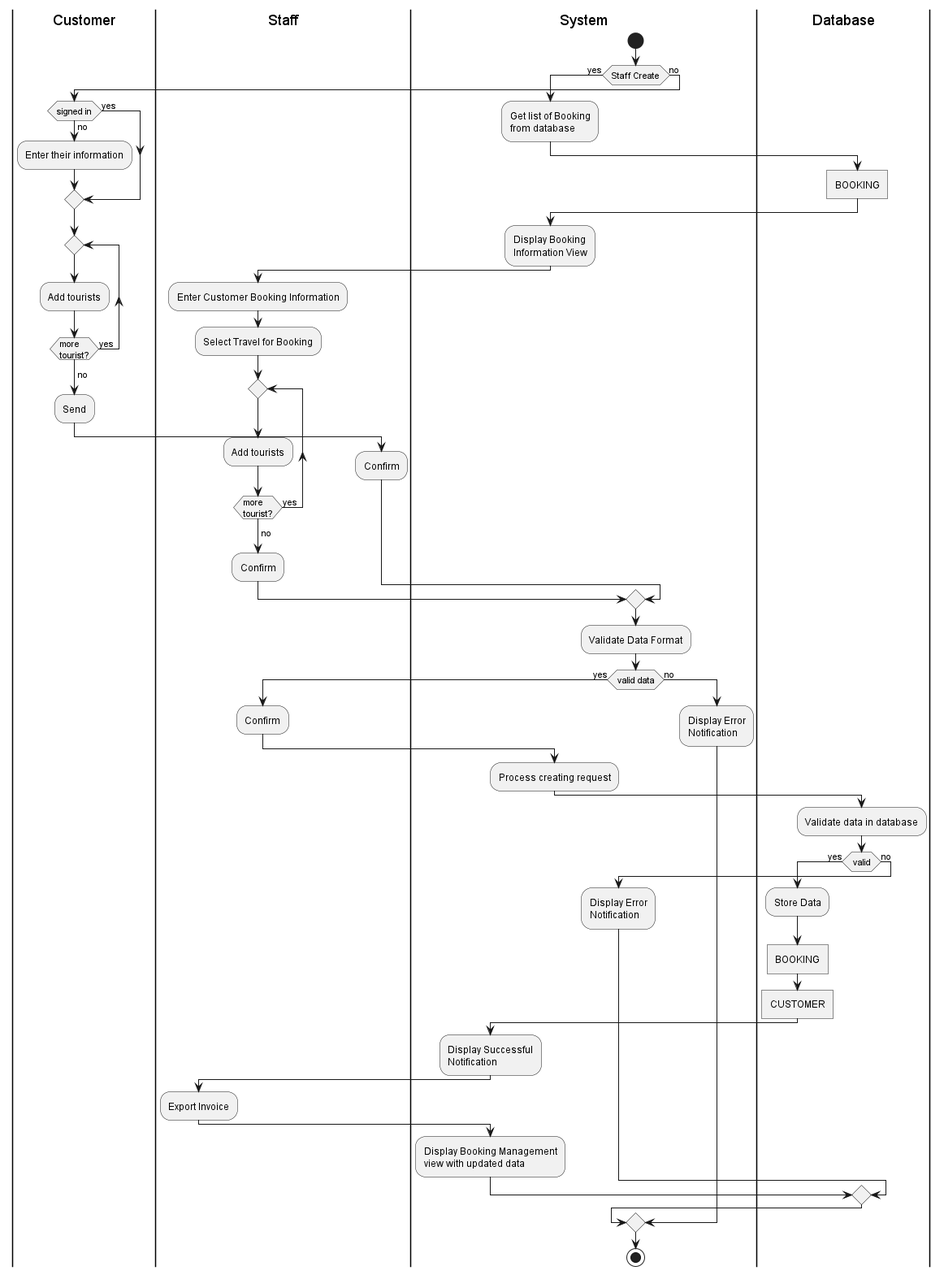
The PlantUML diagram Lab 1.2/Activity/Booking/createBookingActivity.png in thtuanlegithub/SE357-Practice-class, before a commit. The source it was exported from:
```plantuml
@startuml
|Customer|
|Staff|
|System|
start
if(Staff Create) then (yes)
    :Get list of Booking\nfrom database;
|Database|
    :BOOKING]
|System|
    :Display Booking\nInformation View;
|Staff|
    :Enter Customer Booking Information;
    :Select Travel for Booking;
    repeat
        :Add tourists;
    repeat while (more\ntourist?) is (yes)
    ->no;
    :Confirm;
else (no)
    |Customer|
    if(signed in) then (yes)
    else(no)
    :Enter their information;
    endif
    repeat
        :Add tourists;
    repeat while (more\ntourist?) is (yes)
    ->no;
    :Send;
    |Staff|
    :Confirm;
endif
|System|
    :Validate Data Format;
if(valid data) then (yes)
    |Staff|
        :Confirm;
    |System|
        :Process creating request;
    |Database|
        :Validate data in database;
    if(valid) then (yes)
    |Database|
        :Store Data;
        :BOOKING]
        :CUSTOMER]
    |System|
        :Display Successful\nNotification;
        |Staff|
        :Export Invoice;
    |System|
        :Display Booking Management\nview with updated data;
    else (no)
    |System|
      :Display Error\nNotification;
    endif
else (no)
    |System|
        :Display Error\nNotification;
endif
stop
@enduml
```
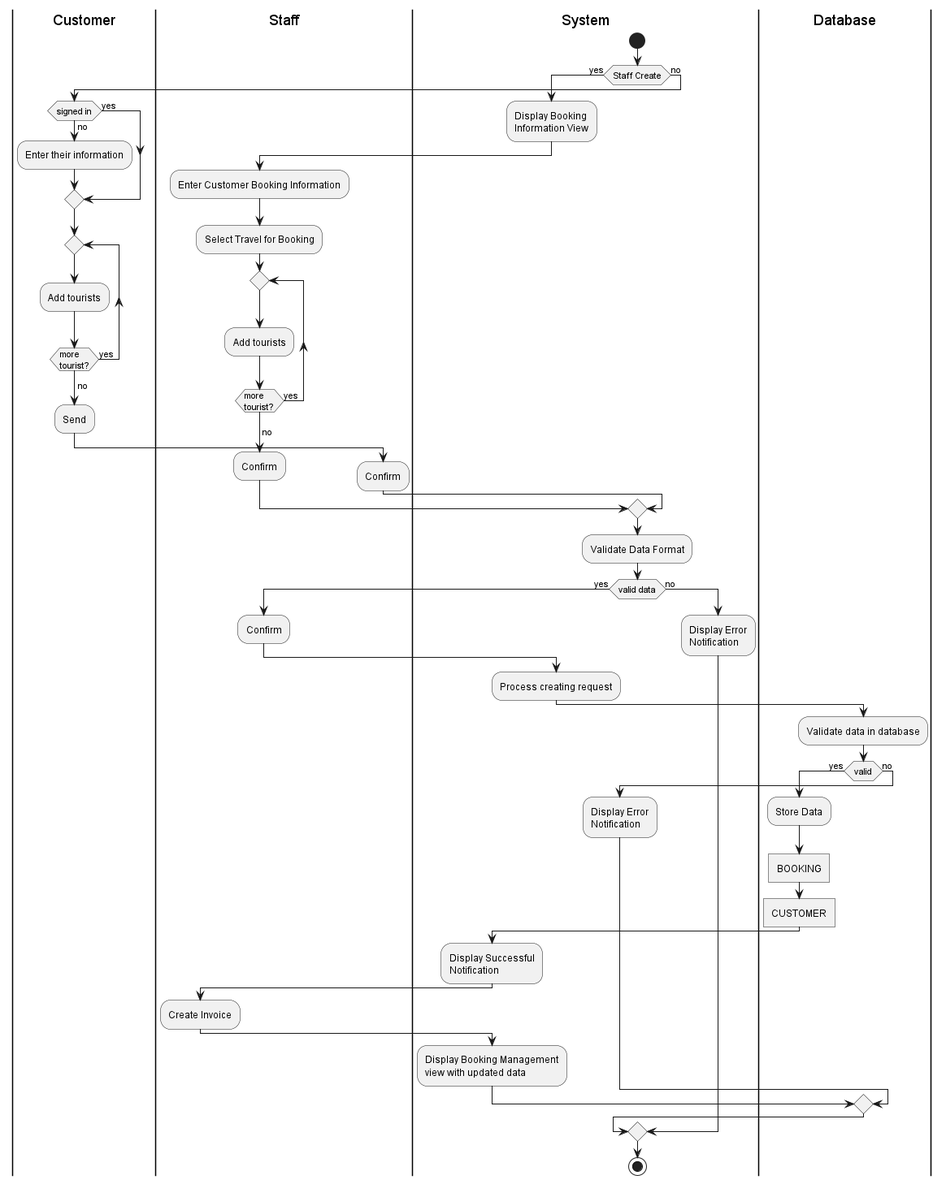
Later version of the same file.

What changed in the source:
```diff
@@ -4,9 +4,6 @@
 |System|
 start
 if(Staff Create) then (yes)
-    :Get list of Booking\nfrom database;
-|Database|
-    :BOOKING]
 |System|
     :Display Booking\nInformation View;
 |Staff|
@@ -48,7 +45,7 @@
     |System|
         :Display Successful\nNotification;
         |Staff|
-        :Export Invoice;
+        :Create Invoice;
     |System|
         :Display Booking Management\nview with updated data;
     else (no)
```
